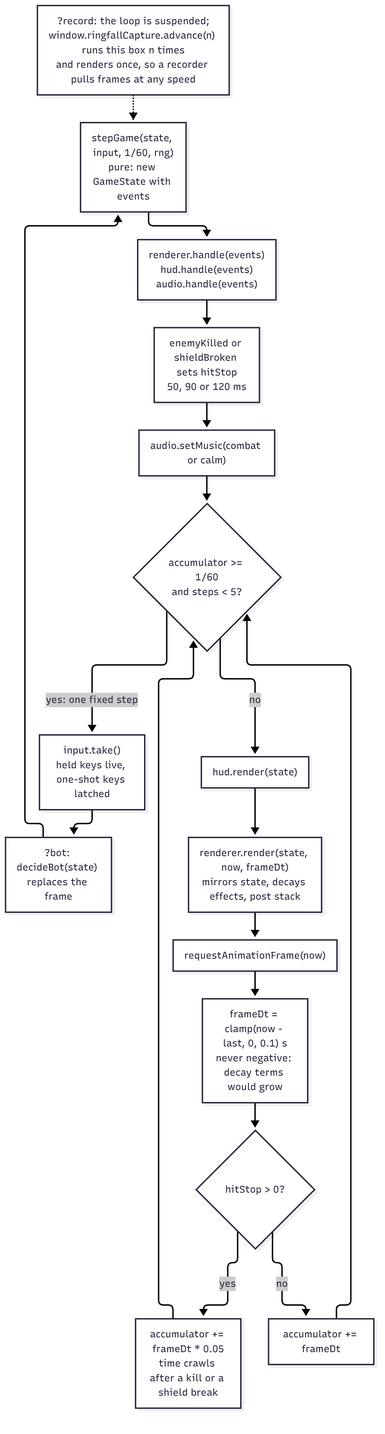
Before: docs/architecture/render/frame.png, a diagram exported from Mermaid (agh/ringfall). Its source is kept beside it as docs/architecture/diagrams/frame.mmd. Its diagram source:
```mermaid
%%{init: {"flowchart": {"curve": "basis"}} }%%
flowchart TB
  raf["requestAnimationFrame(now)"]
  dt["frameDt = clamp(now - last, 0, 0.1) s<br/>never negative: decay terms would grow"]
  hitstop{"hitStop > 0?"}
  slow["accumulator += frameDt * 0.05<br/>time crawls after a kill or a shield break"]
  full["accumulator += frameDt"]
  loop{"accumulator >= 1/60<br/>and steps < 5?"}
  take["input.take()<br/>held keys live, one-shot keys latched"]
  bot["?bot: decideBot(state) replaces the frame"]
  step["stepGame(state, input, 1/60, rng)<br/>pure: new GameState with events"]
  fan["renderer.handle(events)<br/>hud.handle(events)<br/>audio.handle(events)"]
  stop["enemyKilled or shieldBroken sets hitStop<br/>50, 90 or 120 ms"]
  music["audio.setMusic(combat or calm)"]
  hudr["hud.render(state)"]
  draw["renderer.render(state, now, frameDt)<br/>mirrors state, decays effects, post stack"]
  capture["?record: the loop is suspended;<br/>window.ringfallCapture.advance(n) runs this box n times<br/>and renders once, so a recorder pulls frames at any speed"]
  raf --> dt --> hitstop
  hitstop -->|"yes"| slow --> loop
  hitstop -->|"no"| full --> loop
  loop -->|"yes: one fixed step"| take --> bot --> step --> fan --> stop --> music --> loop
  loop -->|"no"| hudr --> draw --> raf
  capture -.-> step
```
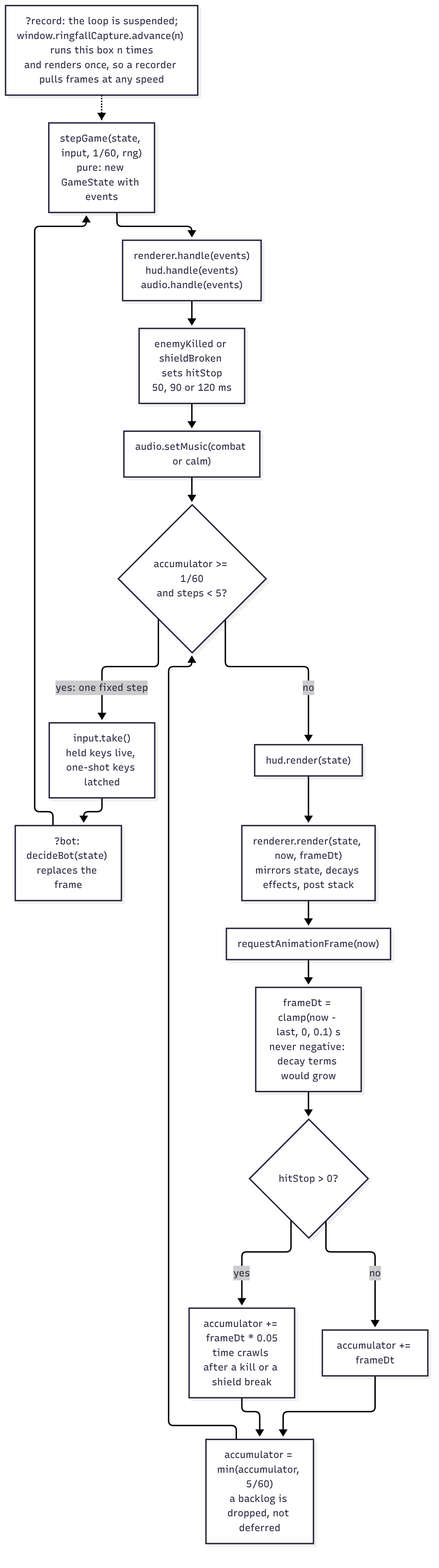
The same diagram one commit later.

Change to the diagram source:
```diff
@@ -5,6 +5,7 @@
   hitstop{"hitStop > 0?"}
   slow["accumulator += frameDt * 0.05<br/>time crawls after a kill or a shield break"]
   full["accumulator += frameDt"]
+  cap["accumulator = min(accumulator, 5/60)<br/>a backlog is dropped, not deferred"]
   loop{"accumulator >= 1/60<br/>and steps < 5?"}
   take["input.take()<br/>held keys live, one-shot keys latched"]
   bot["?bot: decideBot(state) replaces the frame"]
@@ -16,8 +17,8 @@
   draw["renderer.render(state, now, frameDt)<br/>mirrors state, decays effects, post stack"]
   capture["?record: the loop is suspended;<br/>window.ringfallCapture.advance(n) runs this box n times<br/>and renders once, so a recorder pulls frames at any speed"]
   raf --> dt --> hitstop
-  hitstop -->|"yes"| slow --> loop
-  hitstop -->|"no"| full --> loop
+  hitstop -->|"yes"| slow --> cap
+  hitstop -->|"no"| full --> cap --> loop
   loop -->|"yes: one fixed step"| take --> bot --> step --> fan --> stop --> music --> loop
   loop -->|"no"| hudr --> draw --> raf
   capture -.-> step
```
